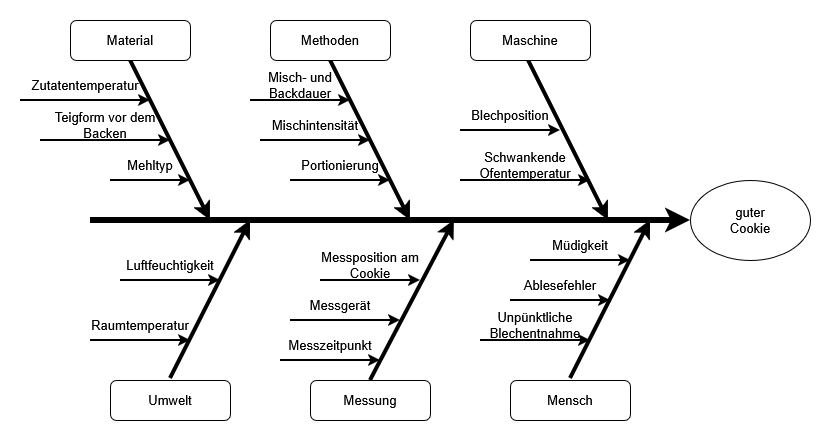
Earlier version of the draw.io export Bericht/figures/ursache_wirkung.drawio.png (quergi/doe_cookies). Source tidied: cells renumbered, new cells last; positions are measured from the earlier drawing's top-left corner, leaving out a move shared by most shapes. Its diagram source:
```xml
<mxGraphModel>
  <root>
    <mxCell id="0" />
    <mxCell id="1" parent="0" />
    <mxCell id="2" style="rounded=0;whiteSpace=wrap;html=1;fillColor=none;strokeColor=none;fontSize=13;" parent="1" vertex="1">
      <mxGeometry width="830" height="440" as="geometry" />
    </mxCell>
    <mxCell id="3" style="endArrow=classic;html=1;rounded=0;strokeWidth=6;fontSize=13;" parent="1" edge="1">
      <mxGeometry relative="1" as="geometry">
        <mxPoint x="90" y="220" as="sourcePoint" />
        <mxPoint x="690" y="220" as="targetPoint" />
      </mxGeometry>
    </mxCell>
    <mxCell id="4" style="endArrow=classic;html=1;rounded=0;strokeWidth=4;fontSize=13;" parent="1" edge="1">
      <mxGeometry relative="1" as="geometry">
        <mxPoint x="170" y="378" as="sourcePoint" />
        <mxPoint x="250" y="220" as="targetPoint" />
      </mxGeometry>
    </mxCell>
    <mxCell id="5" value="Umwelt" style="rounded=1;whiteSpace=wrap;html=1;fontSize=13;" parent="1" vertex="1">
      <mxGeometry x="110" y="380" width="120" height="40" as="geometry" />
    </mxCell>
    <mxCell id="6" style="endArrow=classic;html=1;rounded=0;strokeWidth=4;fontSize=13;" parent="1" edge="1">
      <mxGeometry relative="1" as="geometry">
        <mxPoint x="370" y="380" as="sourcePoint" />
        <mxPoint x="454" y="220" as="targetPoint" />
      </mxGeometry>
    </mxCell>
    <mxCell id="7" value="Messung" style="rounded=1;whiteSpace=wrap;html=1;fontSize=13;" parent="1" vertex="1">
      <mxGeometry x="310" y="380" width="120" height="40" as="geometry" />
    </mxCell>
    <mxCell id="8" style="endArrow=classic;html=1;rounded=0;strokeWidth=4;fontSize=13;" parent="1" edge="1">
      <mxGeometry relative="1" as="geometry">
        <mxPoint x="570" y="378" as="sourcePoint" />
        <mxPoint x="650" y="220" as="targetPoint" />
      </mxGeometry>
    </mxCell>
    <mxCell id="9" value="Mensch" style="rounded=1;whiteSpace=wrap;html=1;fontSize=13;" parent="1" vertex="1">
      <mxGeometry x="510" y="380" width="120" height="40" as="geometry" />
    </mxCell>
    <mxCell id="10" style="endArrow=classic;html=1;rounded=0;strokeWidth=4;fontSize=13;" parent="1" edge="1">
      <mxGeometry relative="1" as="geometry">
        <mxPoint x="330" y="60" as="sourcePoint" />
        <mxPoint x="410" y="220" as="targetPoint" />
      </mxGeometry>
    </mxCell>
    <mxCell id="11" style="endArrow=classic;html=1;rounded=0;strokeWidth=4;fontSize=13;" parent="1" edge="1">
      <mxGeometry relative="1" as="geometry">
        <mxPoint x="528" y="60" as="sourcePoint" />
        <mxPoint x="608" y="220" as="targetPoint" />
      </mxGeometry>
    </mxCell>
    <mxCell id="12" style="endArrow=classic;html=1;rounded=0;strokeWidth=4;fontSize=13;" parent="1" edge="1">
      <mxGeometry relative="1" as="geometry">
        <mxPoint x="130" y="60" as="sourcePoint" />
        <mxPoint x="210" y="220" as="targetPoint" />
      </mxGeometry>
    </mxCell>
    <mxCell id="13" value="Material" style="rounded=1;whiteSpace=wrap;html=1;fontSize=13;" parent="1" vertex="1">
      <mxGeometry x="70" y="20" width="120" height="40" as="geometry" />
    </mxCell>
    <mxCell id="14" value="Methoden" style="rounded=1;whiteSpace=wrap;html=1;fontSize=13;" parent="1" vertex="1">
      <mxGeometry x="270" y="20" width="120" height="40" as="geometry" />
    </mxCell>
    <mxCell id="15" value="Maschine" style="rounded=1;whiteSpace=wrap;html=1;fontSize=13;" parent="1" vertex="1">
      <mxGeometry x="470" y="20" width="120" height="40" as="geometry" />
    </mxCell>
    <mxCell id="16" style="group;fontSize=13;" parent="1" vertex="1">
      <mxGeometry x="110" y="150" width="80" height="30" as="geometry" />
    </mxCell>
    <mxCell id="17" style="endArrow=classic;html=1;rounded=0;strokeWidth=2;fontSize=13;" parent="16" edge="1">
      <mxGeometry relative="1" as="geometry">
        <mxPoint y="30" as="sourcePoint" />
        <mxPoint x="80" y="30" as="targetPoint" />
      </mxGeometry>
    </mxCell>
    <mxCell id="18" value="Mehltyp" style="text;html=1;whiteSpace=wrap;strokeColor=none;fillColor=none;align=center;verticalAlign=middle;rounded=0;fontSize=13;" parent="16" vertex="1">
      <mxGeometry width="80" height="30" as="geometry" />
    </mxCell>
    <mxCell id="19" style="group;fontSize=13;" parent="1" vertex="1">
      <mxGeometry x="90" y="310" width="100" height="30" as="geometry" />
    </mxCell>
    <mxCell id="20" style="endArrow=classic;html=1;rounded=0;strokeWidth=2;fontSize=13;" parent="19" edge="1">
      <mxGeometry relative="1" as="geometry">
        <mxPoint y="30" as="sourcePoint" />
        <mxPoint x="100" y="30" as="targetPoint" />
      </mxGeometry>
    </mxCell>
    <mxCell id="21" value="Raumtemperatur" style="text;html=1;whiteSpace=wrap;strokeColor=none;fillColor=none;align=center;verticalAlign=middle;rounded=0;fontSize=13;" parent="19" vertex="1">
      <mxGeometry width="100" height="30" as="geometry" />
    </mxCell>
    <mxCell id="22" style="group;fontSize=13;" parent="1" vertex="1">
      <mxGeometry x="530" y="230" width="100" height="30" as="geometry" />
    </mxCell>
    <mxCell id="23" style="endArrow=classic;html=1;rounded=0;strokeWidth=2;fontSize=13;" parent="22" edge="1">
      <mxGeometry relative="1" as="geometry">
        <mxPoint y="30" as="sourcePoint" />
        <mxPoint x="100" y="30" as="targetPoint" />
      </mxGeometry>
    </mxCell>
    <mxCell id="24" value="Müdigkeit" style="text;html=1;whiteSpace=wrap;strokeColor=none;fillColor=none;align=center;verticalAlign=middle;rounded=0;fontSize=13;" parent="22" vertex="1">
      <mxGeometry width="100" height="30" as="geometry" />
    </mxCell>
    <mxCell id="25" style="group;fontSize=13;" parent="1" vertex="1">
      <mxGeometry x="510" y="270" width="100" height="30" as="geometry" />
    </mxCell>
    <mxCell id="26" style="endArrow=classic;html=1;rounded=0;strokeWidth=2;fontSize=13;" parent="25" edge="1">
      <mxGeometry relative="1" as="geometry">
        <mxPoint y="30" as="sourcePoint" />
        <mxPoint x="100" y="30" as="targetPoint" />
      </mxGeometry>
    </mxCell>
    <mxCell id="27" value="Ablesefehler" style="text;html=1;whiteSpace=wrap;strokeColor=none;fillColor=none;align=center;verticalAlign=middle;rounded=0;fontSize=13;" parent="25" vertex="1">
      <mxGeometry width="100" height="30" as="geometry" />
    </mxCell>
    <mxCell id="28" style="group;fontSize=13;" parent="1" vertex="1">
      <mxGeometry x="460" y="150" width="130" height="30" as="geometry" />
    </mxCell>
    <mxCell id="29" style="endArrow=classic;html=1;rounded=0;strokeWidth=2;fontSize=13;" parent="28" edge="1">
      <mxGeometry relative="1" as="geometry">
        <mxPoint y="30" as="sourcePoint" />
        <mxPoint x="130" y="30" as="targetPoint" />
      </mxGeometry>
    </mxCell>
    <mxCell id="30" value="Schwankende Ofentemperatur" style="text;html=1;whiteSpace=wrap;strokeColor=none;fillColor=none;align=center;verticalAlign=middle;rounded=0;fontSize=13;" parent="28" vertex="1">
      <mxGeometry width="130" height="30" as="geometry" />
    </mxCell>
    <mxCell id="31" style="group;fontSize=13;" parent="1" vertex="1">
      <mxGeometry x="120" y="250" width="100" height="30" as="geometry" />
    </mxCell>
    <mxCell id="32" style="endArrow=classic;html=1;rounded=0;strokeWidth=2;fontSize=13;" parent="31" edge="1">
      <mxGeometry relative="1" as="geometry">
        <mxPoint y="30" as="sourcePoint" />
        <mxPoint x="100" y="30" as="targetPoint" />
      </mxGeometry>
    </mxCell>
    <mxCell id="33" value="Luftfeuchtigkeit" style="text;html=1;whiteSpace=wrap;strokeColor=none;fillColor=none;align=center;verticalAlign=middle;rounded=0;fontSize=13;" parent="31" vertex="1">
      <mxGeometry width="100" height="30" as="geometry" />
    </mxCell>
    <mxCell id="34" style="group;fontSize=13;" parent="1" vertex="1">
      <mxGeometry x="250" y="70" width="100" height="30" as="geometry" />
    </mxCell>
    <mxCell id="35" style="endArrow=classic;html=1;rounded=0;strokeWidth=2;fontSize=13;" parent="34" edge="1">
      <mxGeometry relative="1" as="geometry">
        <mxPoint y="30" as="sourcePoint" />
        <mxPoint x="100" y="30" as="targetPoint" />
      </mxGeometry>
    </mxCell>
    <mxCell id="36" value="Misch- und Backdauer" style="text;html=1;whiteSpace=wrap;strokeColor=none;fillColor=none;align=center;verticalAlign=middle;rounded=0;fontSize=13;" parent="34" vertex="1">
      <mxGeometry width="100" height="30" as="geometry" />
    </mxCell>
    <mxCell id="37" style="group;fontSize=13;" parent="1" vertex="1">
      <mxGeometry x="260" y="110" width="110" height="30" as="geometry" />
    </mxCell>
    <mxCell id="38" style="endArrow=classic;html=1;rounded=0;strokeWidth=2;fontSize=13;" parent="37" edge="1">
      <mxGeometry relative="1" as="geometry">
        <mxPoint y="30" as="sourcePoint" />
        <mxPoint x="110" y="30" as="targetPoint" />
      </mxGeometry>
    </mxCell>
    <mxCell id="39" value="Mischintensität" style="text;html=1;whiteSpace=wrap;strokeColor=none;fillColor=none;align=center;verticalAlign=middle;rounded=0;fontSize=13;" parent="37" vertex="1">
      <mxGeometry width="110" height="30" as="geometry" />
    </mxCell>
    <mxCell id="40" style="group;fontSize=13;" parent="1" vertex="1">
      <mxGeometry x="320" y="250" width="100" height="30" as="geometry" />
    </mxCell>
    <mxCell id="41" style="endArrow=classic;html=1;rounded=0;strokeWidth=2;fontSize=13;" parent="40" edge="1">
      <mxGeometry relative="1" as="geometry">
        <mxPoint y="30" as="sourcePoint" />
        <mxPoint x="100" y="30" as="targetPoint" />
      </mxGeometry>
    </mxCell>
    <mxCell id="42" value="Messposition am Cookie" style="text;html=1;whiteSpace=wrap;strokeColor=none;fillColor=none;align=center;verticalAlign=middle;rounded=0;fontSize=13;" parent="40" vertex="1">
      <mxGeometry width="100" height="30" as="geometry" />
    </mxCell>
    <mxCell id="43" style="endArrow=classic;html=1;rounded=0;strokeWidth=2;fontSize=13;" parent="1" edge="1">
      <mxGeometry relative="1" as="geometry">
        <mxPoint x="290" y="320" as="sourcePoint" />
        <mxPoint x="400" y="320" as="targetPoint" />
      </mxGeometry>
    </mxCell>
    <mxCell id="44" value="Messgerät" style="text;html=1;whiteSpace=wrap;strokeColor=none;fillColor=none;align=center;verticalAlign=middle;rounded=0;fontSize=13;" parent="1" vertex="1">
      <mxGeometry x="290" y="290" width="100" height="30" as="geometry" />
    </mxCell>
    <mxCell id="45" style="endArrow=classic;html=1;rounded=0;strokeWidth=2;fontSize=13;" parent="1" edge="1">
      <mxGeometry relative="1" as="geometry">
        <mxPoint x="280" y="360" as="sourcePoint" />
        <mxPoint x="380" y="360" as="targetPoint" />
      </mxGeometry>
    </mxCell>
    <mxCell id="46" value="Messzeitpunkt" style="text;html=1;whiteSpace=wrap;strokeColor=none;fillColor=none;align=center;verticalAlign=middle;rounded=0;fontSize=13;" parent="1" vertex="1">
      <mxGeometry x="280" y="330" width="100" height="30" as="geometry" />
    </mxCell>
    <mxCell id="47" style="group;fontSize=13;" parent="1" vertex="1">
      <mxGeometry x="460" y="100" width="100" height="30" as="geometry" />
    </mxCell>
    <mxCell id="48" style="endArrow=classic;html=1;rounded=0;strokeWidth=2;fontSize=13;" parent="47" edge="1">
      <mxGeometry relative="1" as="geometry">
        <mxPoint y="30" as="sourcePoint" />
        <mxPoint x="100" y="30" as="targetPoint" />
      </mxGeometry>
    </mxCell>
    <mxCell id="49" value="Blechposition" style="text;html=1;whiteSpace=wrap;strokeColor=none;fillColor=none;align=center;verticalAlign=middle;rounded=0;fontSize=13;" parent="47" vertex="1">
      <mxGeometry width="100" height="30" as="geometry" />
    </mxCell>
    <mxCell id="50" style="group;fontSize=13;" parent="1" vertex="1">
      <mxGeometry x="20" y="70" width="130" height="30" as="geometry" />
    </mxCell>
    <mxCell id="51" style="endArrow=classic;html=1;rounded=0;strokeWidth=2;fontSize=13;" parent="50" edge="1">
      <mxGeometry relative="1" as="geometry">
        <mxPoint y="30" as="sourcePoint" />
        <mxPoint x="130" y="30" as="targetPoint" />
      </mxGeometry>
    </mxCell>
    <mxCell id="52" value="Zutatentemperatur" style="text;html=1;whiteSpace=wrap;strokeColor=none;fillColor=none;align=center;verticalAlign=middle;rounded=0;fontSize=13;" parent="50" vertex="1">
      <mxGeometry width="130" height="30" as="geometry" />
    </mxCell>
    <mxCell id="53" style="group;fontSize=13;" parent="1" vertex="1">
      <mxGeometry x="290" y="150" width="100" height="30" as="geometry" />
    </mxCell>
    <mxCell id="54" style="endArrow=classic;html=1;rounded=0;strokeWidth=2;fontSize=13;" parent="53" edge="1">
      <mxGeometry relative="1" as="geometry">
        <mxPoint y="30" as="sourcePoint" />
        <mxPoint x="100" y="30" as="targetPoint" />
      </mxGeometry>
    </mxCell>
    <mxCell id="55" value="Portionierung" style="text;html=1;whiteSpace=wrap;strokeColor=none;fillColor=none;align=center;verticalAlign=middle;rounded=0;fontSize=13;" parent="53" vertex="1">
      <mxGeometry width="100" height="30" as="geometry" />
    </mxCell>
    <mxCell id="56" style="group;fontSize=13;" parent="1" vertex="1">
      <mxGeometry x="40" y="110" width="130" height="30" as="geometry" />
    </mxCell>
    <mxCell id="57" style="endArrow=classic;html=1;rounded=0;strokeWidth=2;fontSize=13;" parent="56" edge="1">
      <mxGeometry relative="1" as="geometry">
        <mxPoint y="30" as="sourcePoint" />
        <mxPoint x="130" y="30" as="targetPoint" />
      </mxGeometry>
    </mxCell>
    <mxCell id="58" value="Teigform vor dem Backen" style="text;html=1;whiteSpace=wrap;strokeColor=none;fillColor=none;align=center;verticalAlign=middle;rounded=0;fontSize=13;" parent="56" vertex="1">
      <mxGeometry width="130" height="30" as="geometry" />
    </mxCell>
    <mxCell id="59" value="&lt;div&gt;guter&lt;/div&gt;&lt;div&gt;Cookie&lt;/div&gt;" style="ellipse;whiteSpace=wrap;html=1;fontSize=13;" parent="1" vertex="1">
      <mxGeometry x="690" y="180" width="120" height="80" as="geometry" />
    </mxCell>
    <mxCell id="60" style="group;fontSize=13;" parent="1" vertex="1">
      <mxGeometry x="480" y="310" width="110" height="30" as="geometry" />
    </mxCell>
    <mxCell id="61" style="endArrow=classic;html=1;rounded=0;strokeWidth=2;fontSize=13;" parent="60" edge="1">
      <mxGeometry relative="1" as="geometry">
        <mxPoint y="30" as="sourcePoint" />
        <mxPoint x="110" y="30" as="targetPoint" />
      </mxGeometry>
    </mxCell>
    <mxCell id="62" value="Unpünktliche Blechentnahme" style="text;html=1;whiteSpace=wrap;strokeColor=none;fillColor=none;align=center;verticalAlign=middle;rounded=0;fontSize=13;" parent="60" vertex="1">
      <mxGeometry width="110" height="30" as="geometry" />
    </mxCell>
  </root>
</mxGraphModel>
```
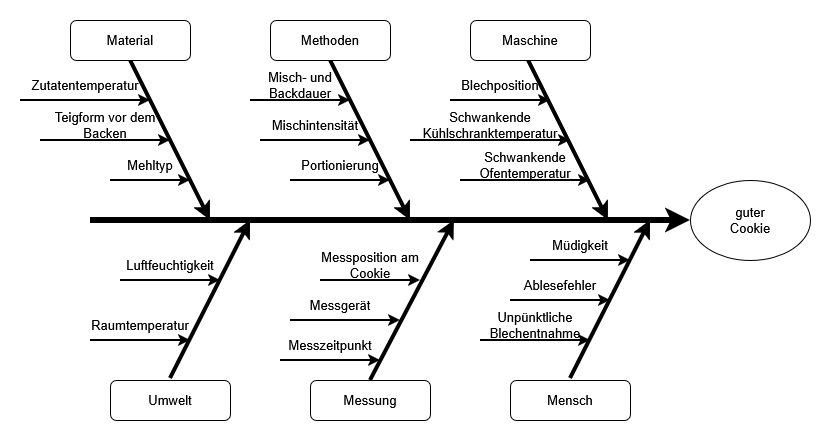
The same diagram one commit later.

What changed in the source:
```diff
@@ -192,7 +192,7 @@
       <mxGeometry x="280" y="330" width="100" height="30" as="geometry" />
     </mxCell>
     <mxCell id="47" style="group;fontSize=13;" parent="1" vertex="1">
-      <mxGeometry x="460" y="100" width="100" height="30" as="geometry" />
+      <mxGeometry x="450" y="70" width="100" height="30" as="geometry" />
     </mxCell>
     <mxCell id="48" style="endArrow=classic;html=1;rounded=0;strokeWidth=2;fontSize=13;" parent="47" edge="1">
       <mxGeometry relative="1" as="geometry">
@@ -254,5 +254,17 @@
     <mxCell id="62" value="Unpünktliche Blechentnahme" style="text;html=1;whiteSpace=wrap;strokeColor=none;fillColor=none;align=center;verticalAlign=middle;rounded=0;fontSize=13;" parent="60" vertex="1">
       <mxGeometry width="110" height="30" as="geometry" />
     </mxCell>
+    <mxCell id="63" style="group;fontSize=13;" parent="1" vertex="1">
+      <mxGeometry x="410" y="110" width="160" height="30" as="geometry" />
+    </mxCell>
+    <mxCell id="64" style="endArrow=classic;html=1;rounded=0;strokeWidth=2;fontSize=13;" parent="63" edge="1">
+      <mxGeometry relative="1" as="geometry">
+        <mxPoint y="30" as="sourcePoint" />
+        <mxPoint x="160" y="30" as="targetPoint" />
+      </mxGeometry>
+    </mxCell>
+    <mxCell id="65" value="Schwankende Kühlschranktemperatur" style="text;html=1;whiteSpace=wrap;strokeColor=none;fillColor=none;align=center;verticalAlign=middle;rounded=0;fontSize=13;" parent="63" vertex="1">
+      <mxGeometry width="160" height="30" as="geometry" />
+    </mxCell>
   </root>
 </mxGraphModel>
```
